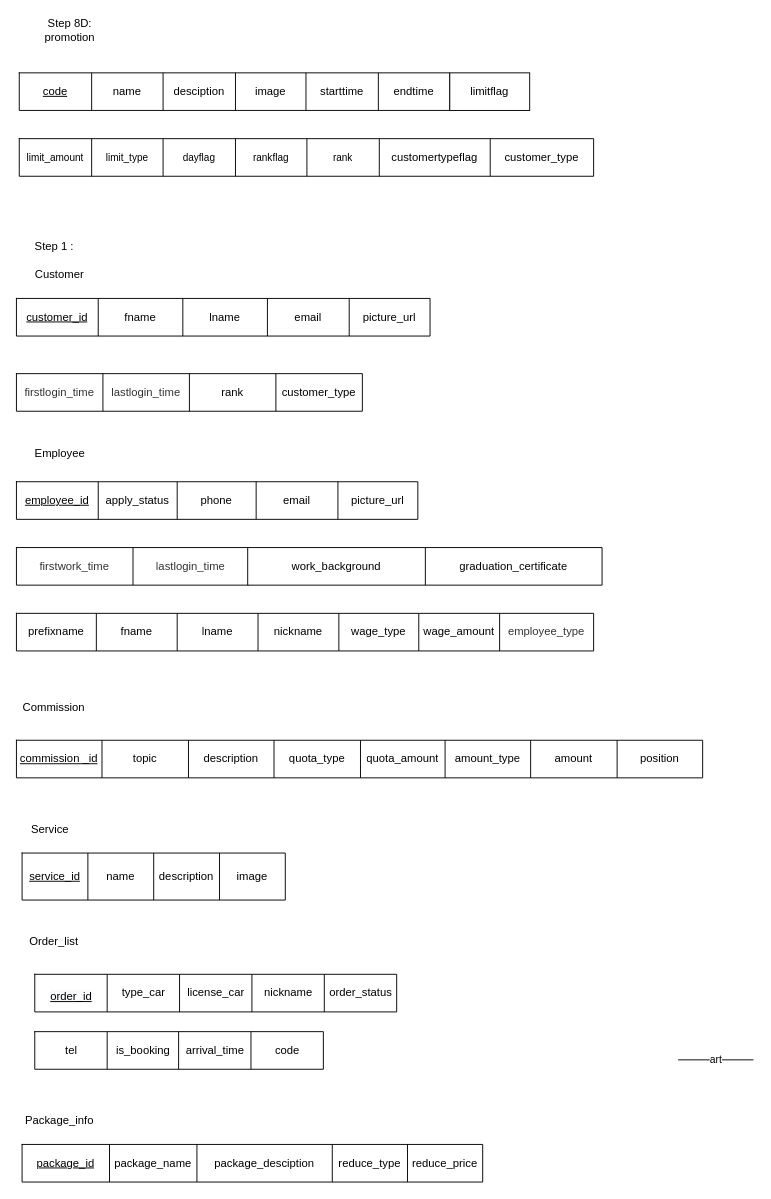
jarawin/carcare keeps this draw.io diagram as page "Step_P1" (2 of 7) of carcare.drawio. Above is the earlier version. Source tidied: cells renumbered, new cells numbered last; positions are measured from the earlier drawing's top-left corner, leaving out a move shared by most shapes. Both pictures are drawn from the tidied source at 94%, with x=0, y=0 at pixel (16, 16).
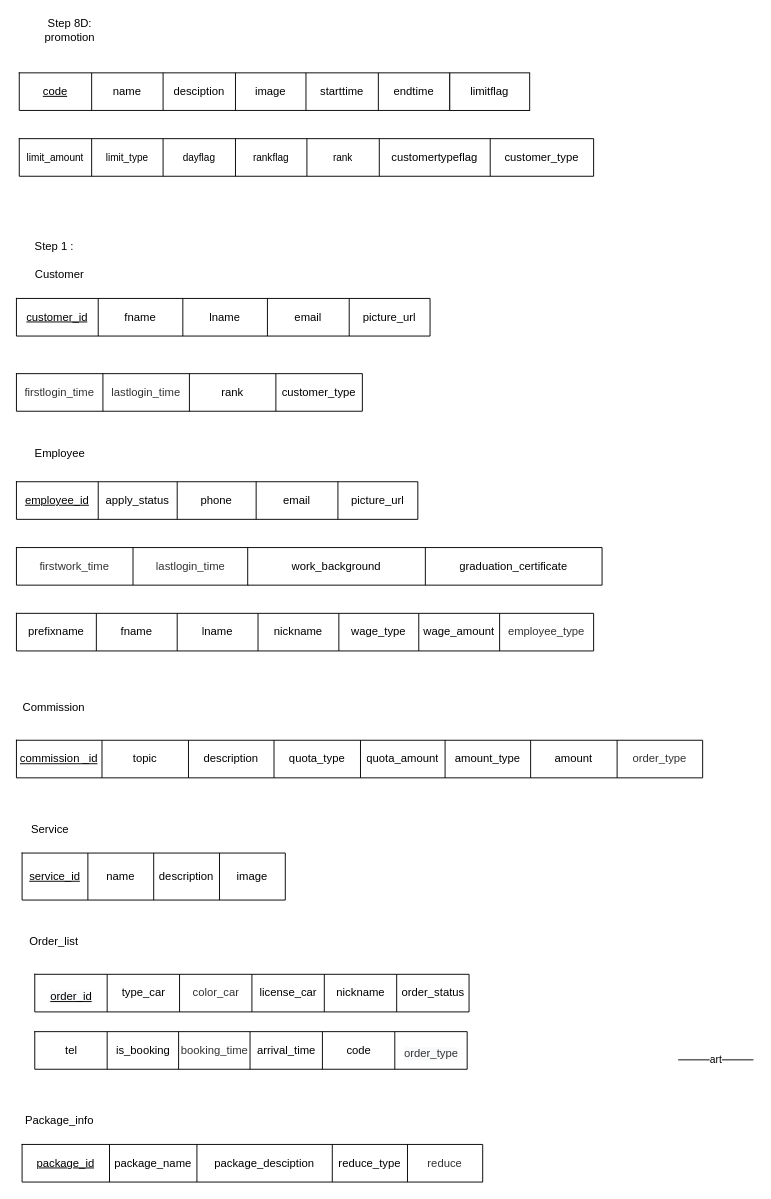
The same diagram, later.

The change refers to these unchanged cells:
```xml
<mxCell id="62" style="shape=tableRow;horizontal=0;startSize=0;swimlaneHead=0;swimlaneBody=0;top=0;left=0;bottom=0;right=0;fillColor=none;strokeColor=default;fontFamily=Helvetica;fontSize=12;fontColor=default;html=1;" parent="61" vertex="1">
  <mxGeometry width="730" height="40" as="geometry" />
</mxCell>
<mxCell id="95" style="shape=tableRow;horizontal=0;startSize=0;swimlaneHead=0;swimlaneBody=0;top=0;left=0;bottom=0;right=0;fillColor=none;strokeColor=default;fontFamily=Helvetica;fontSize=12;fontColor=default;html=1;" parent="94" vertex="1">
  <mxGeometry width="490" height="40" as="geometry" />
</mxCell>
```

Change to the diagram source:
```diff
@@
-    <mxCell id="70" value="&lt;span style=&quot;font-size: 9pt; line-height: 106%; font-family: Helvetica, sans-serif; background-image: initial; background-position: initial; background-size: initial; background-repeat: initial; background-attachment: initial; background-origin: initial; background-clip: initial;&quot;&gt;position&lt;/span&gt;" style="shape=partialRectangle;html=1;whiteSpace=wrap;overflow=hidden;fillColor=none;top=0;left=0;bottom=0;right=0;strokeColor=default;fontFamily=Helvetica;fontSize=12;fontColor=default;startSize=0;" parent="62" vertex="1">
+    <mxCell id="70" value="&lt;span style=&quot;color: rgb(51, 51, 51);&quot;&gt;order_type&lt;/span&gt;" style="shape=partialRectangle;html=1;whiteSpace=wrap;overflow=hidden;fillColor=none;top=0;left=0;bottom=0;right=0;strokeColor=default;fontFamily=Helvetica;fontSize=12;fontColor=default;startSize=0;" parent="62" vertex="1">
       <mxGeometry x="639" width="91" height="40" as="geometry" />
     </mxCell>
@@
     <mxCell id="80" style="shape=table;startSize=0;childLayout=tableLayout;strokeColor=default;fontFamily=Helvetica;fontSize=12;fontColor=default;fillColor=default;html=1;" parent="1" vertex="1">
-      <mxGeometry x="19.5" y="1080" width="307" height="40" as="geometry" />
+      <mxGeometry x="19.5" y="1080" width="460" height="40" as="geometry" />
     </mxCell>
     <mxCell id="81" style="shape=tableRow;horizontal=0;startSize=0;swimlaneHead=0;swimlaneBody=0;top=0;left=0;bottom=0;right=0;fillColor=none;strokeColor=default;fontFamily=Helvetica;fontSize=12;fontColor=default;html=1;" parent="80" vertex="1">
-      <mxGeometry width="307" height="40" as="geometry" />
+      <mxGeometry width="460" height="40" as="geometry" />
     </mxCell>
@@
+    <mxCell id="102" value="&lt;span style=&quot;color: rgb(51, 51, 51);&quot;&gt;booking_time&lt;/span&gt;" style="shape=partialRectangle;html=1;whiteSpace=wrap;overflow=hidden;fillColor=none;top=0;left=0;bottom=0;right=0;strokeColor=default;fontFamily=Helvetica;fontSize=12;fontColor=default;startSize=0;" parent="81" vertex="1">
+      <mxGeometry x="153" width="76" height="40" as="geometry" />
+    </mxCell>
     <mxCell id="84" value="&lt;span style=&quot;font-size: 9pt; line-height: 106%; font-family: Helvetica, sans-serif; background-image: initial; background-position: initial; background-size: initial; background-repeat: initial; background-attachment: initial; background-origin: initial; background-clip: initial;&quot;&gt;arrival_time&lt;/span&gt;" style="shape=partialRectangle;html=1;whiteSpace=wrap;overflow=hidden;fillColor=none;top=0;left=0;bottom=0;right=0;strokeColor=default;fontFamily=Helvetica;fontSize=12;fontColor=default;startSize=0;" parent="81" vertex="1">
-      <mxGeometry x="153" width="77" height="40" as="geometry" />
+      <mxGeometry x="229" width="77" height="40" as="geometry" />
     </mxCell>
     <mxCell id="85" value="code" style="shape=partialRectangle;html=1;whiteSpace=wrap;overflow=hidden;fillColor=none;top=0;left=0;bottom=0;right=0;strokeColor=default;fontFamily=Helvetica;fontSize=12;fontColor=default;startSize=0;" parent="81" vertex="1">
-      <mxGeometry x="230" width="77" height="40" as="geometry" />
+      <mxGeometry x="306" width="77" height="40" as="geometry" />
     </mxCell>
+    <mxCell id="103" value="&#10;&lt;span style=&quot;color: rgb(51, 51, 51); font-family: Helvetica; font-size: 12px; font-style: normal; font-variant-ligatures: normal; font-variant-caps: normal; font-weight: 400; letter-spacing: normal; orphans: 2; text-align: center; text-indent: 0px; text-transform: none; widows: 2; word-spacing: 0px; -webkit-text-stroke-width: 0px; background-color: rgb(248, 249, 250); text-decoration-thickness: initial; text-decoration-style: initial; text-decoration-color: initial; float: none; display: inline !important;&quot;&gt;order_type&lt;/span&gt;&#10;&#10;" style="shape=partialRectangle;html=1;whiteSpace=wrap;overflow=hidden;fillColor=none;top=0;left=0;bottom=0;right=0;strokeColor=default;fontFamily=Helvetica;fontSize=12;fontColor=default;startSize=0;" parent="81" vertex="1">
+      <mxGeometry x="383" width="77" height="40" as="geometry" />
+    </mxCell>
     <mxCell id="86" style="shape=table;startSize=0;childLayout=tableLayout;strokeColor=default;fontFamily=Helvetica;fontSize=12;fontColor=default;fillColor=default;html=1;" parent="1" vertex="1">
-      <mxGeometry x="19.5" y="1019" width="385" height="40" as="geometry" />
+      <mxGeometry x="19.5" y="1019" width="462" height="40" as="geometry" />
     </mxCell>
     <mxCell id="87" style="shape=tableRow;horizontal=0;startSize=0;swimlaneHead=0;swimlaneBody=0;top=0;left=0;bottom=0;right=0;fillColor=none;strokeColor=default;fontFamily=Helvetica;fontSize=12;fontColor=default;html=1;" parent="86" vertex="1">
-      <mxGeometry width="385" height="40" as="geometry" />
+      <mxGeometry width="462" height="40" as="geometry" />
     </mxCell>
@@
+    <mxCell id="104" value="&lt;span style=&quot;color: rgb(51, 51, 51);&quot;&gt;color_car&lt;/span&gt;" style="shape=partialRectangle;html=1;whiteSpace=wrap;overflow=hidden;fillColor=none;top=0;left=0;bottom=0;right=0;strokeColor=default;fontFamily=Helvetica;fontSize=12;fontColor=default;startSize=0;" parent="87" vertex="1">
+      <mxGeometry x="154" width="77" height="40" as="geometry" />
+    </mxCell>
     <mxCell id="90" value="&lt;span style=&quot;font-size: 9pt; line-height: 106%; font-family: Helvetica, sans-serif; background-image: initial; background-position: initial; background-size: initial; background-repeat: initial; background-attachment: initial; background-origin: initial; background-clip: initial;&quot;&gt;license_car&lt;/span&gt;" style="shape=partialRectangle;html=1;whiteSpace=wrap;overflow=hidden;fillColor=none;top=0;left=0;bottom=0;right=0;strokeColor=default;fontFamily=Helvetica;fontSize=12;fontColor=default;startSize=0;" parent="87" vertex="1">
-      <mxGeometry x="154" width="77" height="40" as="geometry" />
+      <mxGeometry x="231" width="77" height="40" as="geometry" />
     </mxCell>
     <mxCell id="91" value="nickname" style="shape=partialRectangle;html=1;whiteSpace=wrap;overflow=hidden;fillColor=none;top=0;left=0;bottom=0;right=0;strokeColor=default;fontFamily=Helvetica;fontSize=12;fontColor=default;startSize=0;" parent="87" vertex="1">
-      <mxGeometry x="231" width="77" height="40" as="geometry" />
+      <mxGeometry x="308" width="77" height="40" as="geometry" />
     </mxCell>
     <mxCell id="92" value="order_status" style="shape=partialRectangle;html=1;whiteSpace=wrap;overflow=hidden;fillColor=none;top=0;left=0;bottom=0;right=0;strokeColor=default;fontFamily=Helvetica;fontSize=12;fontColor=default;startSize=0;" parent="87" vertex="1">
-      <mxGeometry x="308" width="77" height="40" as="geometry" />
+      <mxGeometry x="385" width="77" height="40" as="geometry" />
     </mxCell>
@@
-    <mxCell id="100" value="&lt;span style=&quot;font-size: 9pt; line-height: 106%; font-family: Helvetica, sans-serif; background-image: initial; background-position: initial; background-size: initial; background-repeat: initial; background-attachment: initial; background-origin: initial; background-clip: initial;&quot;&gt;reduce_price&lt;/span&gt;" style="shape=partialRectangle;html=1;whiteSpace=wrap;overflow=hidden;fillColor=none;top=0;left=0;bottom=0;right=0;strokeColor=default;fontFamily=Helvetica;fontSize=12;fontColor=default;startSize=0;" parent="95" vertex="1">
+    <mxCell id="100" value="&lt;span style=&quot;color: rgb(51, 51, 51);&quot;&gt;reduce&lt;/span&gt;" style="shape=partialRectangle;html=1;whiteSpace=wrap;overflow=hidden;fillColor=none;top=0;left=0;bottom=0;right=0;strokeColor=default;fontFamily=Helvetica;fontSize=12;fontColor=default;startSize=0;" parent="95" vertex="1">
       <mxGeometry x="410" width="80" height="40" as="geometry" />
     </mxCell>
```
